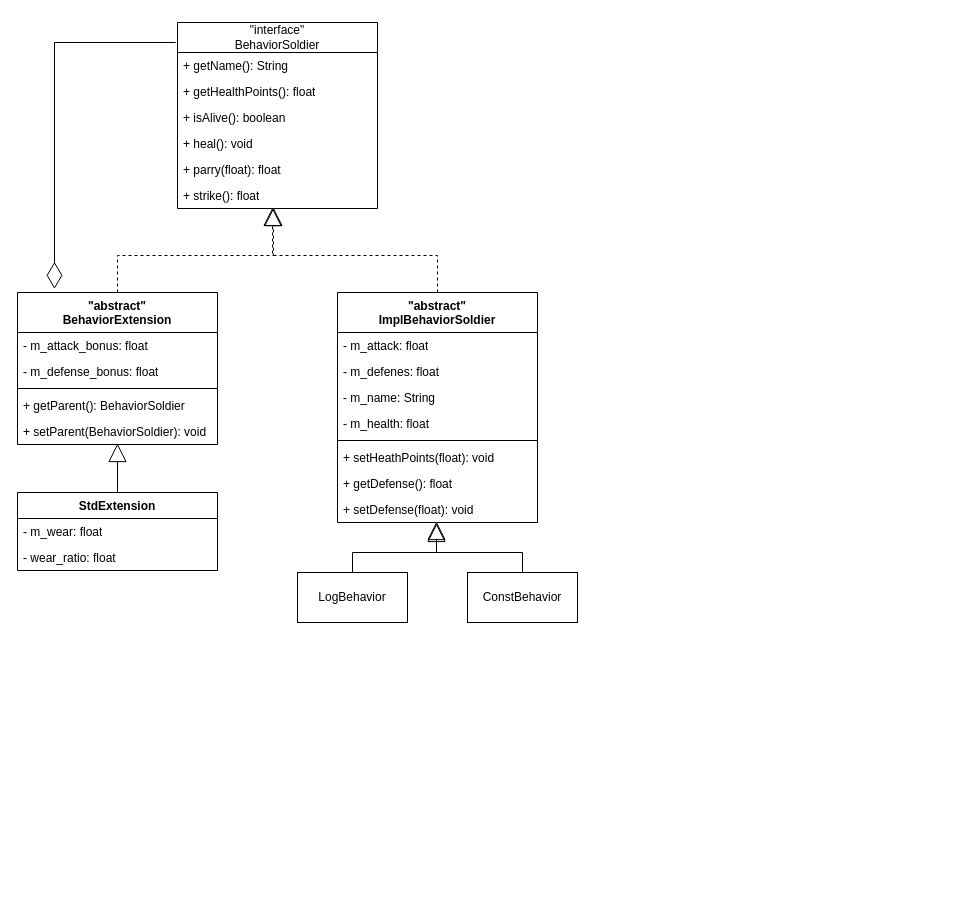
Before: al_tp_note.drawio in FlorianClaisse/drawio, a draw.io diagram. Source tidied: cells renumbered, new cells numbered last; positions are measured from the earlier drawing's top-left corner, leaving out a move shared by most shapes. Both pictures are drawn from the tidied source at 100%, with x=0, y=0 at pixel (17, 22).
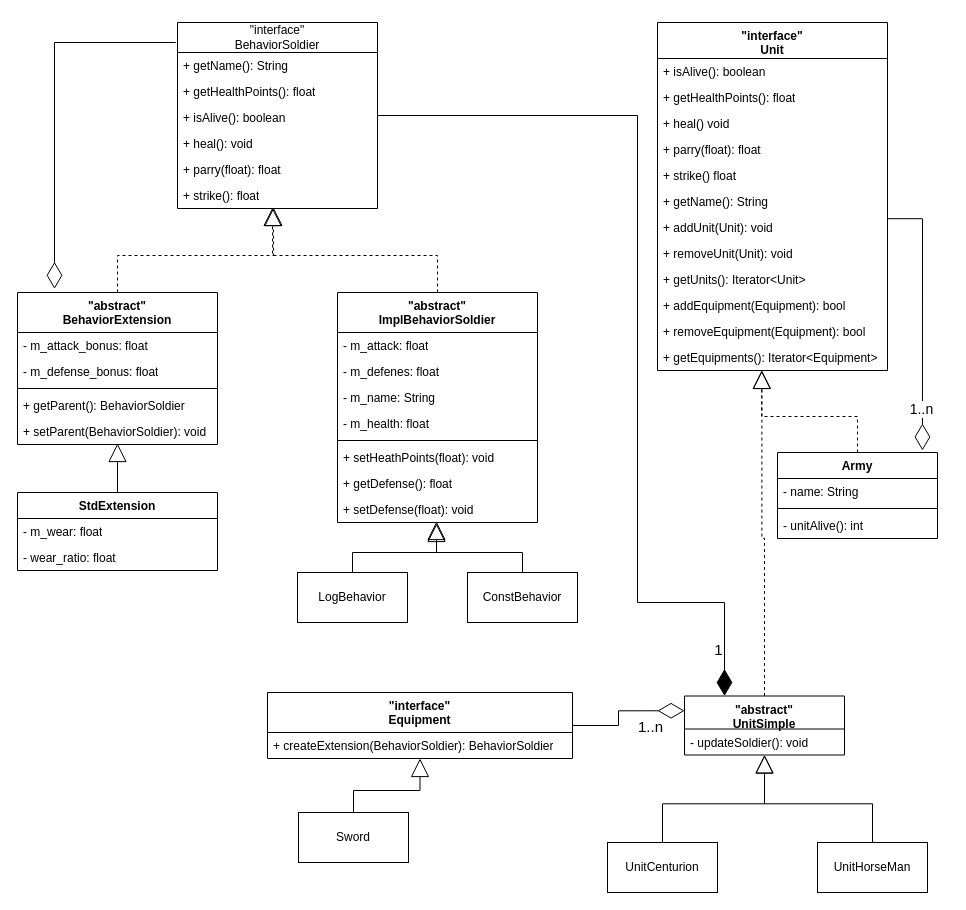
The same diagram, later.

Commit message:
Mettre à jour al_tp_note.drawio

The change refers to these unchanged cells:
```xml
<mxCell id="2" value="&quot;interface&quot;&lt;div&gt;BehaviorSoldier&lt;/div&gt;" style="swimlane;fontStyle=0;horizontal=1;startSize=30;fillColor=none;whiteSpace=wrap;html=1;" parent="1" vertex="1">
  <mxGeometry x="160" width="200" height="186" as="geometry" />
</mxCell>
```

The edit, as a diff of the source:
```diff
@@
+    <mxCell id="35" style="edgeStyle=orthogonalEdgeStyle;rounded=0;jettySize=auto;html=1;entryX=0.25;entryY=0;entryDx=0;entryDy=0;endArrow=diamondThin;endFill=1;endSize=24;" parent="1" edge="1" source="2" target="57">
+      <mxGeometry relative="1" as="geometry">
+        <Array as="points">
+          <mxPoint x="620" y="93" />
+          <mxPoint x="620" y="580" />
+          <mxPoint x="707" y="580" />
+        </Array>
+      </mxGeometry>
+    </mxCell>
+    <mxCell id="36" value="1" style="edgeLabel;html=1;align=center;verticalAlign=middle;fontSize=15;" parent="35" vertex="1">
+      <mxGeometry x="0.85" y="-3" relative="1" as="geometry">
+        <mxPoint x="-4" y="22" as="offset" />
+      </mxGeometry>
+    </mxCell>
@@
+    <mxCell id="37" value="&quot;interface&quot;&lt;br&gt;Unit" style="swimlane;fontStyle=1;align=center;verticalAlign=top;horizontal=1;startSize=36;whiteSpace=wrap;html=1;" parent="1" vertex="1">
+      <mxGeometry x="640" width="230" height="348" as="geometry" />
+    </mxCell>
+    <mxCell id="38" value="+ isAlive(): boolean&lt;span style=&quot;white-space: pre;&quot;&gt;&#9;&lt;/span&gt;" style="text;strokeColor=none;fillColor=none;align=left;verticalAlign=top;spacingLeft=4;spacingRight=4;overflow=hidden;whiteSpace=wrap;html=1;" parent="37" vertex="1">
+      <mxGeometry y="36" width="230" height="26" as="geometry" />
+    </mxCell>
+    <mxCell id="39" value="+ getHealthPoints(): float" style="text;strokeColor=none;fillColor=none;align=left;verticalAlign=top;spacingLeft=4;spacingRight=4;overflow=hidden;whiteSpace=wrap;html=1;" parent="37" vertex="1">
+      <mxGeometry y="62" width="230" height="26" as="geometry" />
+    </mxCell>
+    <mxCell id="40" value="+ heal() void" style="text;strokeColor=none;fillColor=none;align=left;verticalAlign=top;spacingLeft=4;spacingRight=4;overflow=hidden;whiteSpace=wrap;html=1;" parent="37" vertex="1">
+      <mxGeometry y="88" width="230" height="26" as="geometry" />
+    </mxCell>
+    <mxCell id="41" value="+ parry(float): float" style="text;strokeColor=none;fillColor=none;align=left;verticalAlign=top;spacingLeft=4;spacingRight=4;overflow=hidden;whiteSpace=wrap;html=1;" parent="37" vertex="1">
+      <mxGeometry y="114" width="230" height="26" as="geometry" />
+    </mxCell>
+    <mxCell id="42" value="+ strike() float" style="text;strokeColor=none;fillColor=none;align=left;verticalAlign=top;spacingLeft=4;spacingRight=4;overflow=hidden;whiteSpace=wrap;html=1;" parent="37" vertex="1">
+      <mxGeometry y="140" width="230" height="26" as="geometry" />
+    </mxCell>
+    <mxCell id="43" value="+ getName(): String" style="text;strokeColor=none;fillColor=none;align=left;verticalAlign=top;spacingLeft=4;spacingRight=4;overflow=hidden;whiteSpace=wrap;html=1;" parent="37" vertex="1">
+      <mxGeometry y="166" width="230" height="26" as="geometry" />
+    </mxCell>
+    <mxCell id="44" value="+ addUnit(Unit): void" style="text;strokeColor=none;fillColor=none;align=left;verticalAlign=top;spacingLeft=4;spacingRight=4;overflow=hidden;points=[[0,0.5],[1,0.5]];portConstraint=eastwest;whiteSpace=wrap;html=1;" parent="37" vertex="1">
+      <mxGeometry y="192" width="230" height="26" as="geometry" />
+    </mxCell>
+    <mxCell id="45" value="+ removeUnit(Unit): void" style="text;strokeColor=none;fillColor=none;align=left;verticalAlign=top;spacingLeft=4;spacingRight=4;overflow=hidden;whiteSpace=wrap;html=1;" parent="37" vertex="1">
+      <mxGeometry y="218" width="230" height="26" as="geometry" />
+    </mxCell>
+    <mxCell id="46" value="+ getUnits(): Iterator&amp;lt;Unit&amp;gt;" style="text;strokeColor=none;fillColor=none;align=left;verticalAlign=top;spacingLeft=4;spacingRight=4;overflow=hidden;whiteSpace=wrap;html=1;" parent="37" vertex="1">
+      <mxGeometry y="244" width="230" height="26" as="geometry" />
+    </mxCell>
+    <mxCell id="47" value="+ addEquipment(Equipment): bool" style="text;strokeColor=none;fillColor=none;align=left;verticalAlign=top;spacingLeft=4;spacingRight=4;overflow=hidden;whiteSpace=wrap;html=1;" parent="37" vertex="1">
+      <mxGeometry y="270" width="230" height="26" as="geometry" />
+    </mxCell>
+    <mxCell id="48" value="+ removeEquipment(Equipment): bool" style="text;strokeColor=none;fillColor=none;align=left;verticalAlign=top;spacingLeft=4;spacingRight=4;overflow=hidden;whiteSpace=wrap;html=1;" parent="37" vertex="1">
+      <mxGeometry y="296" width="230" height="26" as="geometry" />
+    </mxCell>
+    <mxCell id="49" value="+ getEquipments(): Iterator&amp;lt;Equipment&amp;gt;" style="text;strokeColor=none;fillColor=none;align=left;verticalAlign=top;spacingLeft=4;spacingRight=4;overflow=hidden;points=[[0,0.5],[1,0.5]];portConstraint=eastwest;whiteSpace=wrap;html=1;" parent="37" vertex="1">
+      <mxGeometry y="322" width="230" height="26" as="geometry" />
+    </mxCell>
+    <mxCell id="50" value="Army" style="swimlane;fontStyle=1;align=center;verticalAlign=top;horizontal=1;startSize=26;whiteSpace=wrap;html=1;" parent="1" vertex="1">
+      <mxGeometry x="760" y="430" width="160" height="86" as="geometry" />
+    </mxCell>
+    <mxCell id="51" value="- name: String" style="text;strokeColor=none;fillColor=none;align=left;verticalAlign=top;spacingLeft=4;spacingRight=4;overflow=hidden;whiteSpace=wrap;html=1;" parent="50" vertex="1">
+      <mxGeometry y="26" width="160" height="26" as="geometry" />
+    </mxCell>
+    <mxCell id="52" style="line;strokeWidth=1;fillColor=none;align=left;verticalAlign=middle;spacingTop=-1;spacingLeft=3;spacingRight=3;labelPosition=right;strokeColor=inherit;" parent="50" vertex="1">
+      <mxGeometry y="52" width="160" height="8" as="geometry" />
+    </mxCell>
+    <mxCell id="53" value="- unitAlive(): int" style="text;strokeColor=none;fillColor=none;align=left;verticalAlign=top;spacingLeft=4;spacingRight=4;overflow=hidden;whiteSpace=wrap;html=1;" parent="50" vertex="1">
+      <mxGeometry y="60" width="160" height="26" as="geometry" />
+    </mxCell>
+    <mxCell id="54" style="edgeStyle=orthogonalEdgeStyle;rounded=0;jettySize=auto;html=1;entryX=0.453;entryY=0.998;entryDx=0;entryDy=0;entryPerimeter=0;endArrow=block;endFill=0;endSize=16;dashed=1;" parent="1" edge="1" source="50" target="49">
+      <mxGeometry relative="1" as="geometry" />
+    </mxCell>
+    <mxCell id="55" style="edgeStyle=orthogonalEdgeStyle;rounded=0;jettySize=auto;html=1;entryX=0.906;entryY=-0.024;entryDx=0;entryDy=0;entryPerimeter=0;exitX=1.001;exitY=0.161;exitDx=0;exitDy=0;exitPerimeter=0;endArrow=diamondThin;endFill=0;endSize=24;" parent="1" edge="1" source="44" target="50">
+      <mxGeometry relative="1" as="geometry" />
+    </mxCell>
+    <mxCell id="56" value="1..n" style="edgeLabel;html=1;align=center;verticalAlign=middle;fontSize=14;" parent="55" vertex="1">
+      <mxGeometry x="0.49" y="-1" relative="1" as="geometry">
+        <mxPoint y="26" as="offset" />
+      </mxGeometry>
+    </mxCell>
+    <mxCell id="57" value="&quot;abstract&quot;&lt;br&gt;UnitSimple" style="swimlane;fontStyle=1;align=center;verticalAlign=top;horizontal=1;startSize=33;whiteSpace=wrap;html=1;" parent="1" vertex="1">
+      <mxGeometry x="667" y="673.5" width="160" height="59" as="geometry" />
+    </mxCell>
+    <mxCell id="58" value="- updateSoldier(): void" style="text;strokeColor=none;fillColor=none;align=left;verticalAlign=top;spacingLeft=4;spacingRight=4;overflow=hidden;whiteSpace=wrap;html=1;" parent="57" vertex="1">
+      <mxGeometry y="33" width="160" height="26" as="geometry" />
+    </mxCell>
+    <mxCell id="59" style="edgeStyle=orthogonalEdgeStyle;rounded=0;jettySize=auto;html=1;exitX=0.5;exitY=0;exitDx=0;exitDy=0;entryX=0.454;entryY=0.998;entryDx=0;entryDy=0;entryPerimeter=0;endArrow=block;endFill=0;strokeWidth=1;endSize=16;dashed=1;" parent="1" edge="1" source="57" target="49">
+      <mxGeometry relative="1" as="geometry" />
+    </mxCell>
+    <mxCell id="60" style="edgeStyle=orthogonalEdgeStyle;rounded=0;jettySize=auto;html=1;entryX=0;entryY=0.25;entryDx=0;entryDy=0;endArrow=diamondThin;endFill=0;endSize=24;" parent="1" edge="1" source="62" target="57">
+      <mxGeometry relative="1" as="geometry" />
+    </mxCell>
+    <mxCell id="61" value="1..n" style="edgeLabel;html=1;align=center;verticalAlign=middle;fontSize=15;" parent="60" vertex="1">
+      <mxGeometry x="0.63" y="-1" relative="1" as="geometry">
+        <mxPoint x="-11" y="14" as="offset" />
+      </mxGeometry>
+    </mxCell>
+    <mxCell id="62" value="&quot;interface&quot;&lt;br&gt;Equipment" style="swimlane;fontStyle=1;align=center;verticalAlign=top;horizontal=1;startSize=40;whiteSpace=wrap;html=1;" parent="1" vertex="1">
+      <mxGeometry x="250" y="670" width="305" height="66" as="geometry" />
+    </mxCell>
+    <mxCell id="63" value="+ createExtension(BehaviorSoldier): BehaviorSoldier" style="text;strokeColor=none;fillColor=none;align=left;verticalAlign=top;spacingLeft=4;spacingRight=4;overflow=hidden;whiteSpace=wrap;html=1;" parent="62" vertex="1">
+      <mxGeometry y="40" width="305" height="26" as="geometry" />
+    </mxCell>
+    <mxCell id="64" style="edgeStyle=orthogonalEdgeStyle;rounded=0;jettySize=auto;html=1;endSize=16;endArrow=block;endFill=0;" parent="1" edge="1" source="65" target="57">
+      <mxGeometry relative="1" as="geometry" />
+    </mxCell>
+    <mxCell id="65" value="UnitCenturion" style="html=1;whiteSpace=wrap;" parent="1" vertex="1">
+      <mxGeometry x="590" y="820" width="110" height="50" as="geometry" />
+    </mxCell>
+    <mxCell id="66" style="edgeStyle=orthogonalEdgeStyle;rounded=0;jettySize=auto;html=1;exitX=0.5;exitY=0;exitDx=0;exitDy=0;endSize=16;endArrow=block;endFill=0;" parent="1" edge="1" source="67" target="57">
+      <mxGeometry relative="1" as="geometry" />
+    </mxCell>
+    <mxCell id="67" value="UnitHorseMan" style="html=1;whiteSpace=wrap;" parent="1" vertex="1">
+      <mxGeometry x="800" y="820" width="110" height="50" as="geometry" />
+    </mxCell>
+    <mxCell id="68" style="edgeStyle=orthogonalEdgeStyle;rounded=0;jettySize=auto;html=1;endSize=16;endArrow=block;endFill=0;" parent="1" edge="1" source="69" target="62">
+      <mxGeometry relative="1" as="geometry" />
+    </mxCell>
+    <mxCell id="69" value="Sword" style="html=1;whiteSpace=wrap;" parent="1" vertex="1">
+      <mxGeometry x="281" y="790" width="110" height="50" as="geometry" />
+    </mxCell>
```
